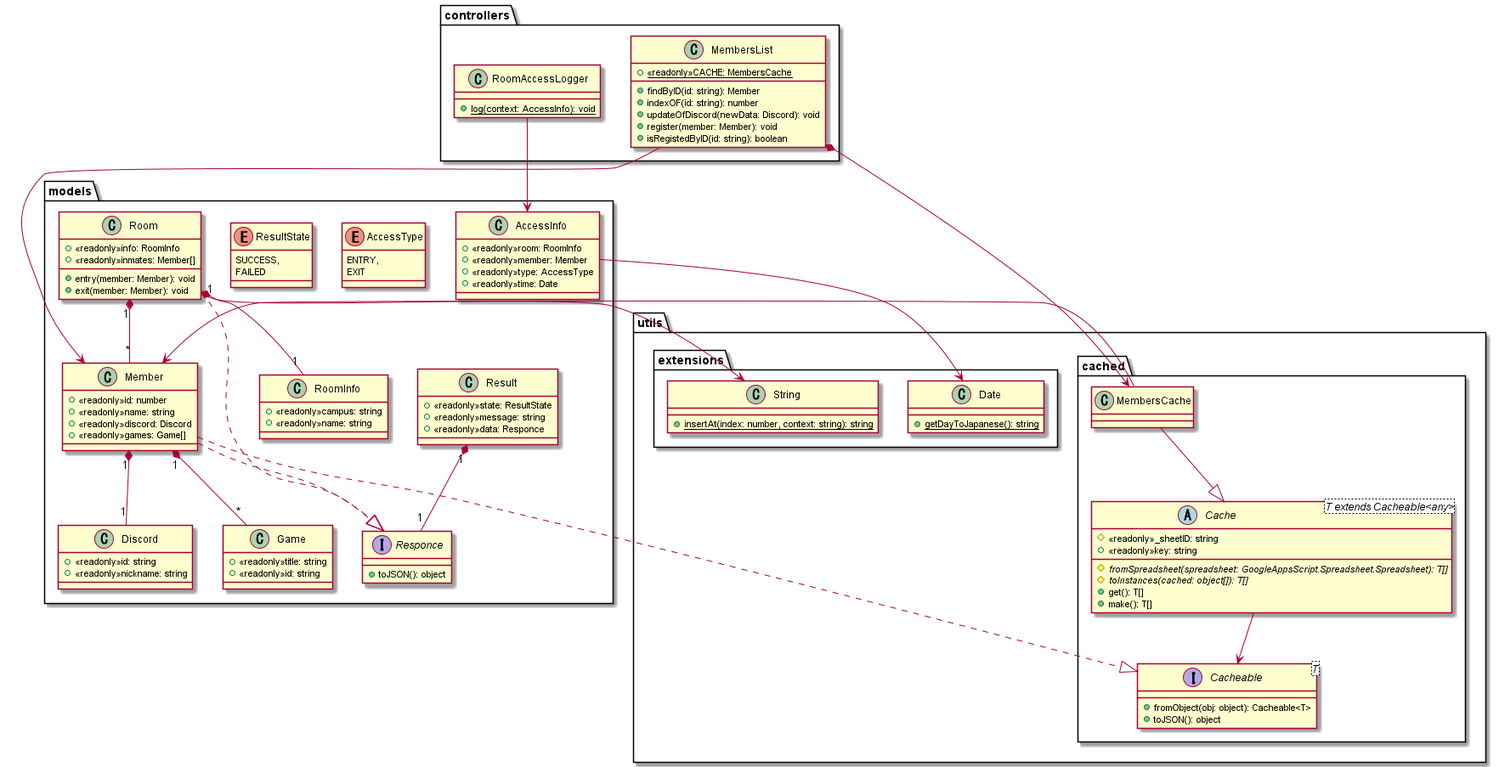
Earlier version of the PlantUML export uml/classDiagram/classDiagram.png (NIT-esports/NITeAPI). The source it was exported from:
```plantuml
@startuml
package models
{
    class AccessInfo
    {
        +<<readonly>>room: RoomInfo
        +<<readonly>>member: Member
        +<<readonly>>type: AccessType
        +<<readonly>>time: Date
    }
    enum AccessType
    {
        ENTRY,
        EXIT
    }
    class Discord
    {
        +<<readonly>>id: string
        +<<readonly>>nickname: string
    }
    class Game
    {
        +<<readonly>>title: string
        +<<readonly>>id: string
    }
    class Member
    {
        +<<readonly>>id: number
        +<<readonly>>name: string
        +<<readonly>>discord: Discord
        +<<readonly>>games: Game[]
    }
    interface Responce
    {
        +toJSON(): object
    }
    class Result
    {
        +<<readonly>>state: ResultState
        +<<readonly>>message: string
        +<<readonly>>data: Responce
    }
    enum ResultState
    {
        SUCCESS,
        FAILED
    }
    class Room
    {
        +<<readonly>>info: RoomInfo
        +<<readonly>>inmates: Member[]
        +entry(member: Member): void
        +exit(member: Member): void
    }
    class RoomInfo
    {
        +<<readonly>>campus: string
        +<<readonly>>name: string
    }
}
package controllers
{
    class MembersList
    {
        +{static}<<readonly>>CACHE: MembersCache
        +findByID(id: string): Member
        +indexOF(id: string): number
        +updateOfDiscord(newData: Discord): void
        +register(member: Member): void
        +isRegistedByID(id: string): boolean
    }
    class RoomAccessLogger
    {
        +{static}log(context: AccessInfo): void
    }
}
package utils
{
    package cached
    {
        abstract Cache<T extends Cacheable<any>>
        {
            #<<readonly>>_sheetID: string
            +<<readonly>>key: string
            #{abstract}fromSpreadsheet(spreadsheet: GoogleAppsScript.Spreadsheet.Spreadsheet): T[]
            #{abstract}toInstances(cached: object[]): T[]
            +get(): T[]
            +make(): T[]
        }
        interface Cacheable<T>
        {
            +fromObject(obj: object): Cacheable<T>
            +toJSON(): object
        }
        class MembersCache
    }
    package extensions
    {
        class Date
        {
            +{static}getDayToJapanese(): string
        }
        class String
        {
            +{static}insertAt(index: number, context: string): string
        }
    }
}

MembersCache --|> Cache

Member ..|> Responce
Member ..|> Cacheable
Room ..|> Responce

Member "1" *-- "1" Discord
Member "1" *-- "*" Game
Room "1" *-- "1" RoomInfo
Room "1" *-- "*" Member
Result "1" *-- "1" Responce

MembersList *--> MembersCache

Cache --> Cacheable
MembersCache --> Member
AccessInfo --> Date
MembersList --> Member
Room --> String
RoomAccessLogger --> AccessInfo

@enduml
```
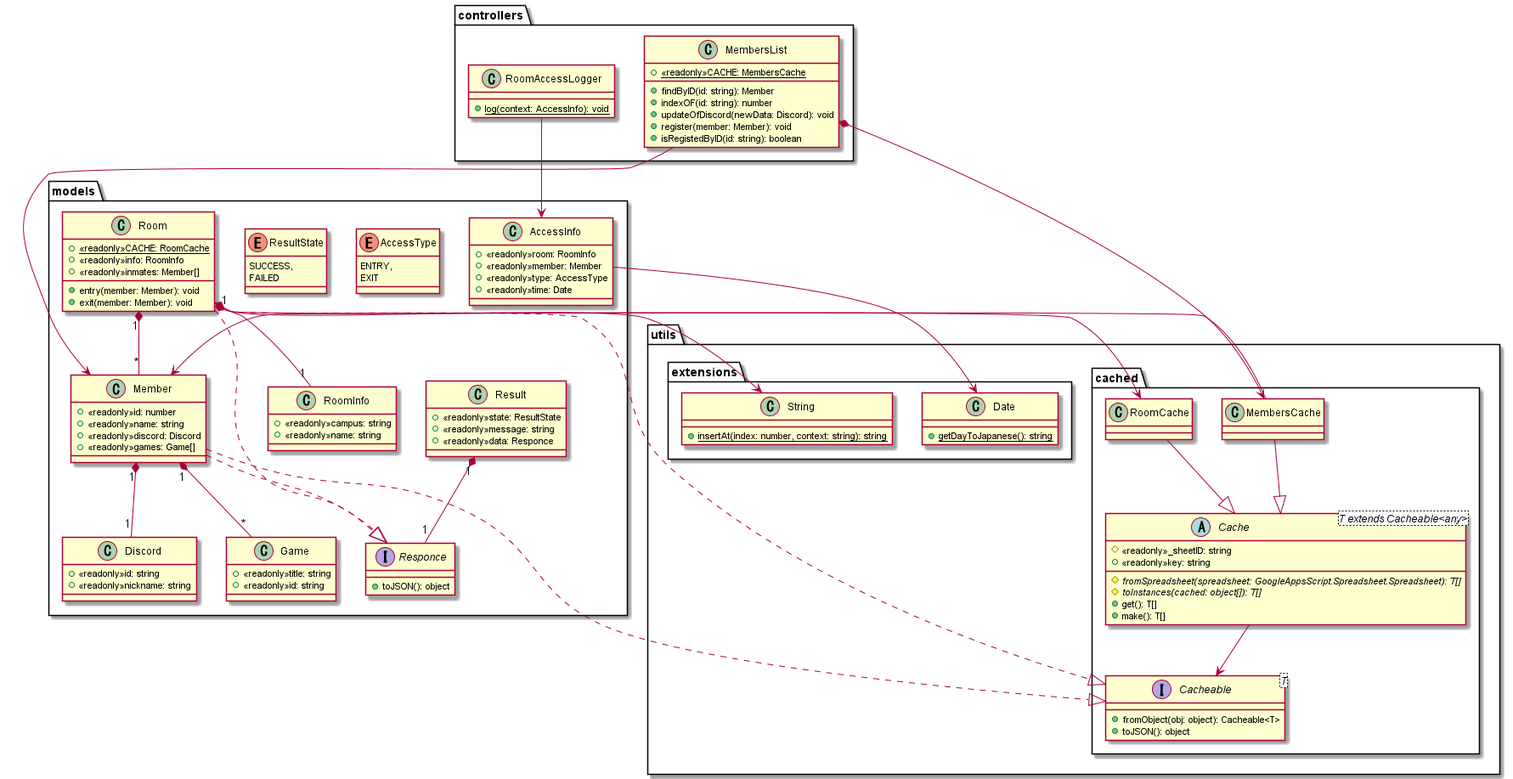
Later version of the same file.

Commit message:
create room cache

Change to the diagram source:
```diff
@@ -1,4 +1,20 @@
 @startuml
+package controllers
+{
+    class MembersList
+    {
+        +{static}<<readonly>>CACHE: MembersCache
+        +findByID(id: string): Member
+        +indexOF(id: string): number
+        +updateOfDiscord(newData: Discord): void
+        +register(member: Member): void
+        +isRegistedByID(id: string): boolean
+    }
+    class RoomAccessLogger
+    {
+        +{static}log(context: AccessInfo): void
+    }
+}
 package models
 {
     class AccessInfo
@@ -47,6 +63,7 @@
     }
     class Room
     {
+        +{static}<<readonly>>CACHE: RoomCache
         +<<readonly>>info: RoomInfo
         +<<readonly>>inmates: Member[]
         +entry(member: Member): void
@@ -56,22 +73,6 @@
     {
         +<<readonly>>campus: string
         +<<readonly>>name: string
-    }
-}
-package controllers
-{
-    class MembersList
-    {
-        +{static}<<readonly>>CACHE: MembersCache
-        +findByID(id: string): Member
-        +indexOF(id: string): number
-        +updateOfDiscord(newData: Discord): void
-        +register(member: Member): void
-        +isRegistedByID(id: string): boolean
-    }
-    class RoomAccessLogger
-    {
-        +{static}log(context: AccessInfo): void
     }
 }
 package utils
@@ -93,6 +94,7 @@
             +toJSON(): object
         }
         class MembersCache
+        class RoomCache
     }
     package extensions
     {
@@ -108,10 +110,12 @@
 }
 
 MembersCache --|> Cache
+RoomCache --|> Cache
 
 Member ..|> Responce
 Member ..|> Cacheable
 Room ..|> Responce
+Room ..|> Cacheable
 
 Member "1" *-- "1" Discord
 Member "1" *-- "*" Game
@@ -120,6 +124,7 @@
 Result "1" *-- "1" Responce
 
 MembersList *--> MembersCache
+Room *--> RoomCache
 
 Cache --> Cacheable
 MembersCache --> Member
```
